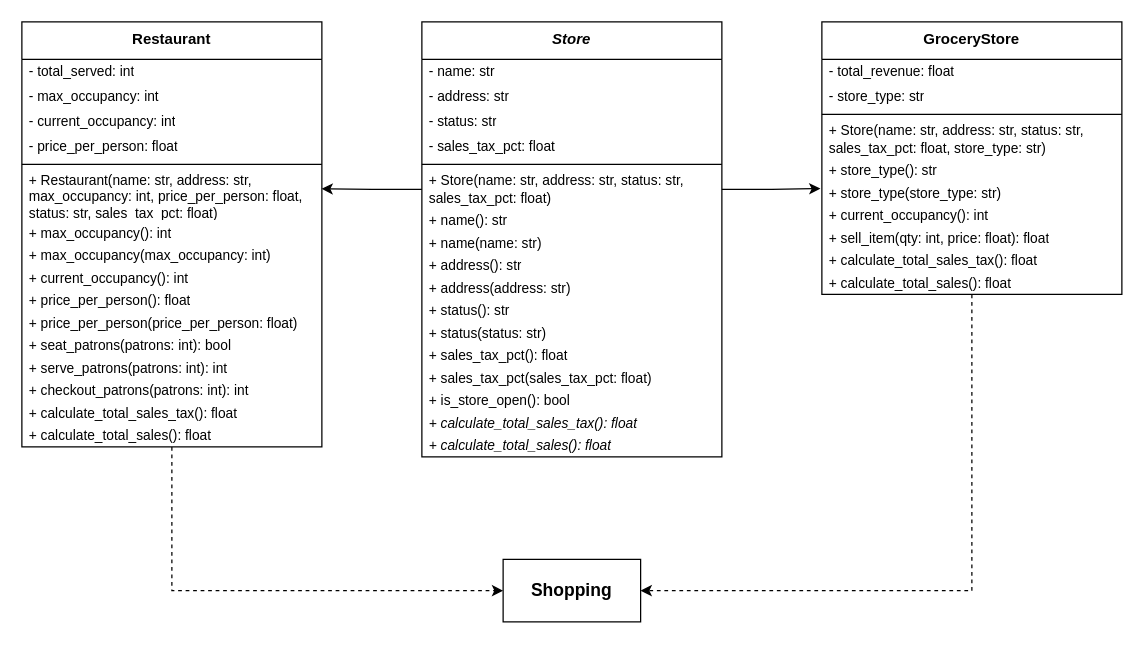
hanggrian/IIT-ITM513 keeps this draw.io diagram as assignments/hw11/diagram.drawio. Above is the earlier version. Source tidied: cells renumbered, new cells numbered last; positions are measured from the earlier drawing's top-left corner, leaving out a move shared by most shapes. Both pictures are drawn from the tidied source at 125%, with x=0, y=0 at pixel (21, 21).
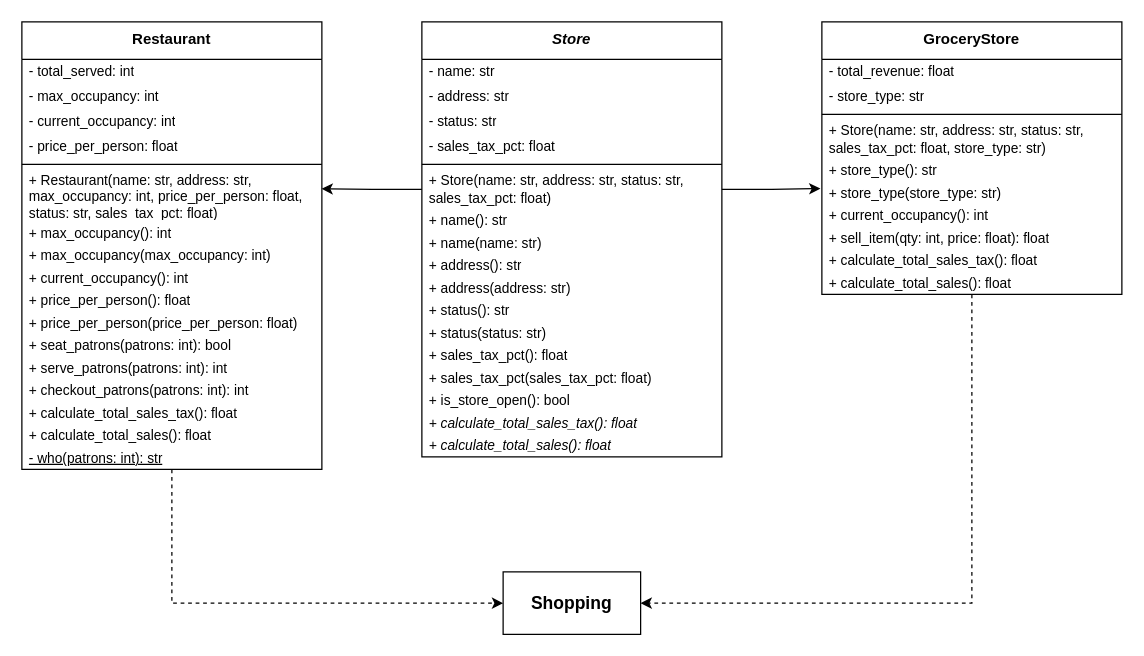
The same diagram, later.

The edit, as a diff of the source:
```diff
@@
     <mxCell id="21" value="Restaurant" style="swimlane;fontStyle=1;align=center;verticalAlign=top;horizontal=1;startSize=30;whiteSpace=wrap;html=1;" parent="1" vertex="1">
-      <mxGeometry width="240" height="340" as="geometry" />
+      <mxGeometry width="240" height="358" as="geometry" />
     </mxCell>
@@
+    <mxCell id="53" value="- who(patrons: int&lt;span style=&quot;background-color: initial;&quot;&gt;): str&lt;/span&gt;" style="text;strokeColor=none;fillColor=none;align=left;verticalAlign=middle;spacingLeft=4;spacingRight=4;overflow=hidden;whiteSpace=wrap;html=1;fontSize=11;fontStyle=4;" parent="21" vertex="1">
+      <mxGeometry y="340" width="240" height="18" as="geometry" />
+    </mxCell>
@@
     <mxCell id="52" value="Shopping" style="html=1;whiteSpace=wrap;fontSize=14;fontStyle=1;" parent="1" vertex="1">
-      <mxGeometry x="385" y="430" width="110" height="50" as="geometry" />
+      <mxGeometry x="385" y="440" width="110" height="50" as="geometry" />
     </mxCell>
```
